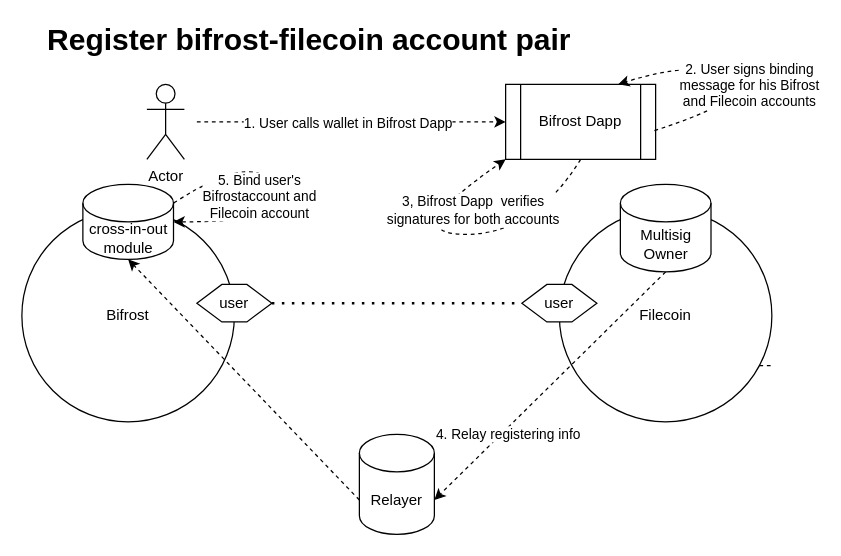
This is vfil-register-account-pair-multisig.drawio from herryho/flowchars, a draw.io file, before an edit. Source tidied: cells renumbered, new cells numbered last; positions are measured from the earlier drawing's top-left corner, leaving out a move shared by most shapes. Both pictures are drawn from the tidied source at 125%, with x=0, y=0 at pixel (21, 21).
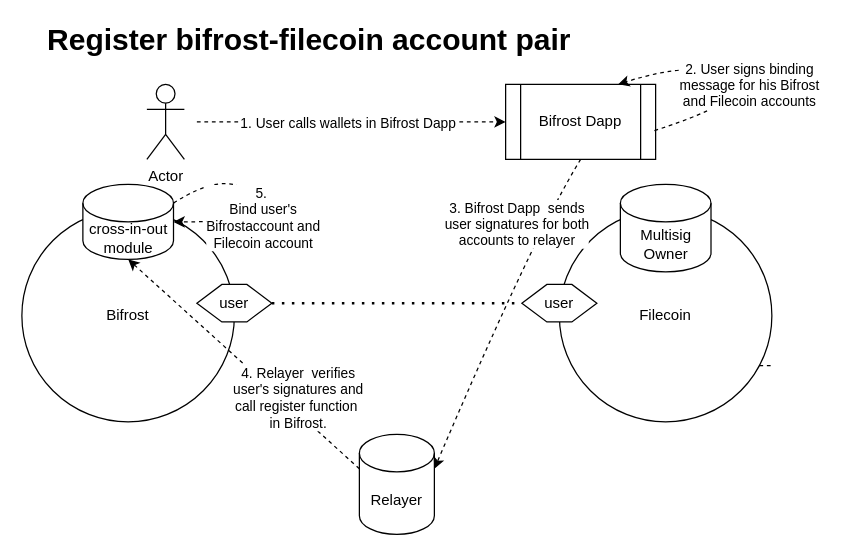
The same page after the edit.

Unchanged cells that the change refers to:
```xml
<mxCell id="7" value="Multisig&lt;br&gt;Owner" style="shape=cylinder3;whiteSpace=wrap;html=1;boundedLbl=1;backgroundOutline=1;size=15;" parent="1" vertex="1">
  <mxGeometry x="478.8" y="130" width="72.5" height="70" as="geometry" />
</mxCell>
<mxCell id="8" value="cross-in-out module" style="shape=cylinder3;whiteSpace=wrap;html=1;boundedLbl=1;backgroundOutline=1;size=15;" parent="1" vertex="1">
  <mxGeometry x="48.8" y="130" width="72.5" height="60" as="geometry" />
</mxCell>
<mxCell id="10" value="Relayer" style="shape=cylinder3;whiteSpace=wrap;html=1;boundedLbl=1;backgroundOutline=1;size=15;" parent="1" vertex="1">
  <mxGeometry x="270" y="330" width="60" height="80" as="geometry" />
</mxCell>
<mxCell id="16" value="Bifrost Dapp" style="shape=process;whiteSpace=wrap;html=1;backgroundOutline=1;" parent="1" vertex="1">
  <mxGeometry x="387" y="50" width="120" height="60" as="geometry" />
</mxCell>
<mxCell id="18" style="endArrow=classic;html=1;rounded=0;entryX=0;entryY=0.5;entryDx=0;entryDy=0;dashed=1;" parent="1" edge="1" target="16">
  <mxGeometry relative="1" as="geometry">
    <mxPoint x="140" y="80" as="sourcePoint" />
  </mxGeometry>
</mxCell>
```

Diff of the diagram source:
```diff
@@
-    <mxCell id="9" value="5. Bind user's &lt;br&gt;Bifrostaccount and &lt;br&gt;Filecoin account" style="curved=1;endArrow=classic;html=1;rounded=0;exitX=1;exitY=0;exitDx=0;exitDy=15;exitPerimeter=0;entryX=1;entryY=0.5;entryDx=0;entryDy=0;dashed=1;entryPerimeter=0;" parent="1" edge="1" source="8" target="8">
+    <mxCell id="9" value="5.&amp;nbsp;&lt;br&gt;Bind user's &lt;br&gt;Bifrostaccount and &lt;br&gt;Filecoin account" style="curved=1;endArrow=classic;html=1;rounded=0;exitX=1;exitY=0;exitDx=0;exitDy=15;exitPerimeter=0;entryX=1;entryY=0.5;entryDx=0;entryDy=0;dashed=1;entryPerimeter=0;" parent="1" edge="1" source="8" target="8">
       <mxGeometry x="0.08" y="-10" relative="1" as="geometry">
         <Array as="points">
           <mxPoint x="160" y="120" />
-          <mxPoint x="200" y="120" />
           <mxPoint x="200" y="150" />
           <mxPoint x="170" y="160" />
         </Array>
       </mxGeometry>
     </mxCell>
@@
-    <mxCell id="12" style="endArrow=classic;html=1;rounded=0;dashed=1;exitX=0.5;exitY=1;exitDx=0;exitDy=0;exitPerimeter=0;entryX=1;entryY=0;entryDx=0;entryDy=52.5;entryPerimeter=0;" parent="1" edge="1" source="7" target="10">
-      <mxGeometry relative="1" as="geometry" />
-    </mxCell>
-    <mxCell id="13" value="4. Relay registering info" style="edgeLabel;html=1;align=center;verticalAlign=middle;" parent="12" vertex="1">
-      <mxGeometry x="0.39" y="3" relative="1" as="geometry" />
-    </mxCell>
-    <mxCell id="14" style="endArrow=classic;html=1;rounded=0;dashed=1;exitX=0;exitY=0;exitDx=0;exitDy=52.5;exitPerimeter=0;entryX=0.5;entryY=1;entryDx=0;entryDy=0;entryPerimeter=0;" parent="1" edge="1" source="10" target="8">
+    <mxCell id="14" style="endArrow=classic;html=1;rounded=0;dashed=1;exitX=0;exitY=0;exitDx=0;exitDy=27.5;exitPerimeter=0;entryX=0.5;entryY=1;entryDx=0;entryDy=0;entryPerimeter=0;" parent="1" edge="1" source="10" target="8">
       <mxGeometry relative="1" as="geometry" />
     </mxCell>
+    <mxCell id="24" value="4. Relayer&amp;nbsp; verifies&lt;br style=&quot;border-color: var(--border-color);&quot;&gt;user's signatures and&lt;br&gt;call register function&amp;nbsp;&lt;br&gt;in Bifrost." style="edgeLabel;html=1;align=center;verticalAlign=middle;" parent="14" vertex="1">
+      <mxGeometry x="-0.11" y="2" relative="1" as="geometry">
+        <mxPoint x="34" y="16" as="offset" />
+      </mxGeometry>
+    </mxCell>
@@
-    <mxCell id="19" value="1. User calls wallet in Bifrost Dapp" style="edgeLabel;html=1;align=center;verticalAlign=middle;" parent="18" vertex="1">
+    <mxCell id="19" value="1. User calls wallets in Bifrost Dapp" style="edgeLabel;html=1;align=center;verticalAlign=middle;" parent="18" vertex="1">
       <mxGeometry x="-0.12" y="2" relative="1" as="geometry">
         <mxPoint x="11" y="2" as="offset" />
       </mxGeometry>
     </mxCell>
@@
-    <mxCell id="22" style="curved=1;endArrow=classic;html=1;rounded=0;dashed=1;exitX=0.5;exitY=1;exitDx=0;exitDy=0;entryX=0;entryY=1;entryDx=0;entryDy=0;" parent="1" edge="1" source="16" target="16">
+    <mxCell id="22" style="curved=1;endArrow=classic;html=1;rounded=0;dashed=1;exitX=0.5;exitY=1;exitDx=0;exitDy=0;entryX=1;entryY=0;entryDx=0;entryDy=27.5;entryPerimeter=0;" parent="1" edge="1" source="16" target="10">
       <mxGeometry relative="1" as="geometry">
         <Array as="points">
           <mxPoint x="410" y="170" />
-          <mxPoint x="300" y="170" />
         </Array>
       </mxGeometry>
     </mxCell>
-    <mxCell id="23" value="3, Bifrost Dapp&amp;nbsp; verifies&lt;br&gt;signatures for both accounts" style="edgeLabel;html=1;align=center;verticalAlign=middle;" parent="22" vertex="1">
+    <mxCell id="23" value="3. Bifrost Dapp&amp;nbsp; sends&lt;br&gt;user signatures for both &lt;br&gt;accounts to relayer" style="edgeLabel;html=1;align=center;verticalAlign=middle;" parent="22" vertex="1">
       <mxGeometry y="-9" relative="1" as="geometry">
-        <mxPoint x="23" y="-11" as="offset" />
+        <mxPoint x="20" y="-66" as="offset" />
       </mxGeometry>
     </mxCell>
```
